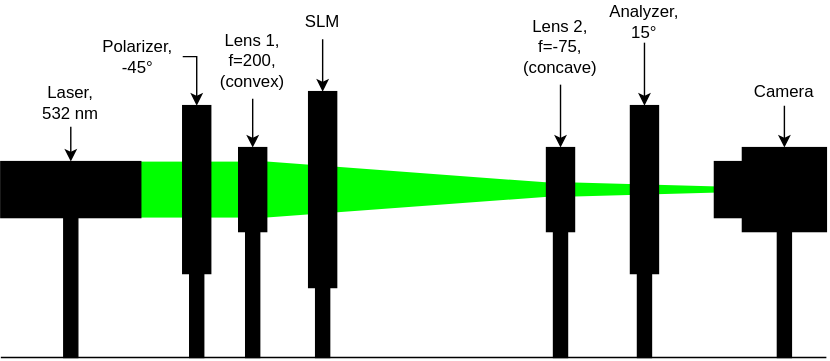
Before: documentation/images/setup_3.svg, a diagram exported from draw.io (nbaehler/mask-designer). Source tidied: cells renumbered, new cells last; positions are measured from the earlier drawing's top-left corner, leaving out a move shared by most shapes.
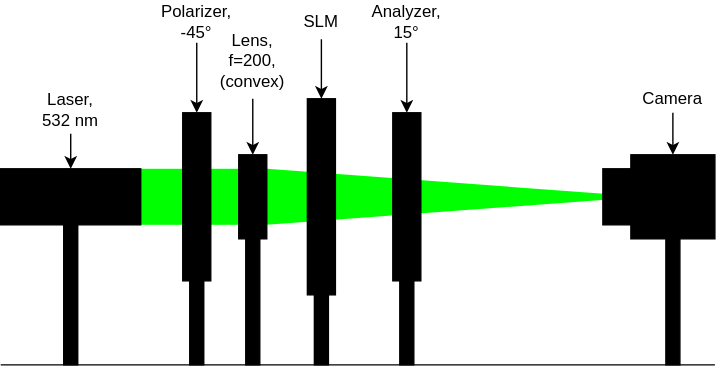
The same file after the commit.

The edit, as a diff of the source:
```diff
@@ -2,22 +2,19 @@
   <root>
     <mxCell id="0" />
     <mxCell id="1" parent="0" />
+    <mxCell id="4" style="rounded=0;whiteSpace=wrap;html=1;strokeColor=none;fillColor=#00FF00;" parent="1" vertex="1">
+      <mxGeometry x="150" y="115" width="20" height="40" as="geometry" />
+    </mxCell>
     <mxCell id="2" style="triangle;whiteSpace=wrap;html=1;fillColor=#00FF00;strokeColor=none;" parent="1" vertex="1">
       <mxGeometry x="190" y="115" width="270" height="40" as="geometry" />
     </mxCell>
     <mxCell id="3" style="rounded=0;whiteSpace=wrap;html=1;strokeColor=none;fillColor=#00FF00;" parent="1" vertex="1">
       <mxGeometry x="100" y="115" width="30" height="40" as="geometry" />
     </mxCell>
-    <mxCell id="4" style="rounded=0;whiteSpace=wrap;html=1;strokeColor=none;fillColor=#00FF00;" parent="1" vertex="1">
-      <mxGeometry x="150" y="115" width="20" height="40" as="geometry" />
-    </mxCell>
-    <mxCell id="5" style="triangle;whiteSpace=wrap;html=1;fillColor=#00FF00;strokeColor=none;" parent="1" vertex="1">
-      <mxGeometry x="410" y="130" width="180" height="10" as="geometry" />
-    </mxCell>
     <mxCell id="6" style="endArrow=none;html=1;rounded=0;" parent="1" edge="1">
       <mxGeometry relative="1" as="geometry">
         <mxPoint y="255" as="sourcePoint" />
-        <mxPoint x="590" y="255" as="targetPoint" />
+        <mxPoint x="510" y="255" as="targetPoint" />
       </mxGeometry>
     </mxCell>
     <mxCell id="7" style="rounded=0;whiteSpace=wrap;html=1;fillColor=#000000;" parent="1" vertex="1">
@@ -27,25 +24,22 @@
       <mxGeometry x="135" y="195" width="10" height="60" as="geometry" />
     </mxCell>
     <mxCell id="9" style="rounded=0;whiteSpace=wrap;html=1;fillColor=#000000;" parent="1" vertex="1">
-      <mxGeometry x="455" y="195" width="10" height="60" as="geometry" />
+      <mxGeometry x="285" y="195" width="10" height="60" as="geometry" />
     </mxCell>
     <mxCell id="10" style="rounded=0;whiteSpace=wrap;html=1;fillColor=#000000;" parent="1" vertex="1">
-      <mxGeometry x="225" y="205" width="10" height="50" as="geometry" />
+      <mxGeometry x="224" y="205" width="10" height="50" as="geometry" />
     </mxCell>
     <mxCell id="11" style="rounded=0;whiteSpace=wrap;html=1;fillColor=#000000;" parent="1" vertex="1">
-      <mxGeometry x="555" y="165" width="10" height="90" as="geometry" />
+      <mxGeometry x="475" y="165" width="10" height="90" as="geometry" />
     </mxCell>
     <mxCell id="12" style="rounded=0;whiteSpace=wrap;html=1;fillColor=#000000;" parent="1" vertex="1">
       <mxGeometry x="175" y="165" width="10" height="90" as="geometry" />
     </mxCell>
-    <mxCell id="13" style="rounded=0;whiteSpace=wrap;html=1;fillColor=#000000;" parent="1" vertex="1">
-      <mxGeometry x="395" y="165" width="10" height="90" as="geometry" />
-    </mxCell>
-    <mxCell id="14" style="edgeStyle=orthogonalEdgeStyle;rounded=0;jettySize=auto;html=1;exitX=1;exitY=0.5;exitDx=0;exitDy=0;entryX=0.5;entryY=0;entryDx=0;entryDy=0;" parent="1" edge="1" source="15" target="26">
+    <mxCell id="14" style="edgeStyle=none;html=1;" parent="1" edge="1" source="15" target="26">
       <mxGeometry relative="1" as="geometry" />
     </mxCell>
     <mxCell id="15" value="Polarizer,&lt;br&gt;-45°" style="text;html=1;strokeColor=none;fillColor=none;align=center;verticalAlign=middle;whiteSpace=wrap;rounded=0;" parent="1" vertex="1">
-      <mxGeometry x="66" y="25" width="64" height="30" as="geometry" />
+      <mxGeometry x="108" y="-5" width="64" height="30" as="geometry" />
     </mxCell>
     <mxCell id="16" style="edgeStyle=orthogonalEdgeStyle;rounded=0;jettySize=auto;html=1;exitX=0.5;exitY=1;exitDx=0;exitDy=0;entryX=0.5;entryY=0;entryDx=0;entryDy=0;" parent="1" edge="1" source="17" target="32">
       <mxGeometry relative="1" as="geometry" />
@@ -53,47 +47,41 @@
     <mxCell id="17" value="&lt;div&gt;Laser,&lt;/div&gt;&lt;div&gt;532 nm&lt;/div&gt;" style="text;html=1;strokeColor=none;fillColor=none;align=center;verticalAlign=middle;whiteSpace=wrap;rounded=0;" parent="1" vertex="1">
       <mxGeometry x="20" y="55" width="60" height="35" as="geometry" />
     </mxCell>
-    <mxCell id="18" style="edgeStyle=orthogonalEdgeStyle;rounded=0;jettySize=auto;html=1;exitX=0.5;exitY=1;exitDx=0;exitDy=0;" parent="1" edge="1" source="19" target="28">
+    <mxCell id="18" style="edgeStyle=none;html=1;exitX=0.5;exitY=1;exitDx=0;exitDy=0;entryX=0.5;entryY=0;entryDx=0;entryDy=0;" parent="1" edge="1" source="19" target="28">
       <mxGeometry relative="1" as="geometry" />
     </mxCell>
     <mxCell id="19" value="SLM" style="text;html=1;strokeColor=none;fillColor=none;align=center;verticalAlign=middle;whiteSpace=wrap;rounded=0;" parent="1" vertex="1">
-      <mxGeometry x="200" y="2.5" width="60" height="25" as="geometry" />
+      <mxGeometry x="199" y="-2.5" width="60" height="25" as="geometry" />
     </mxCell>
     <mxCell id="20" style="edgeStyle=orthogonalEdgeStyle;rounded=0;jettySize=auto;html=1;exitX=0.5;exitY=1;exitDx=0;exitDy=0;" parent="1" edge="1" source="21" target="29">
       <mxGeometry relative="1" as="geometry" />
     </mxCell>
-    <mxCell id="21" value="&lt;div&gt;Lens 1,&lt;/div&gt;&lt;div&gt;f=200,&lt;br&gt;&lt;/div&gt;&lt;div&gt;(convex)&lt;br&gt;&lt;/div&gt;" style="text;html=1;strokeColor=none;fillColor=none;align=center;verticalAlign=middle;whiteSpace=wrap;rounded=0;" parent="1" vertex="1">
-      <mxGeometry x="150" y="15" width="60" height="55" as="geometry" />
+    <mxCell id="21" value="&lt;div&gt;Lens,&lt;/div&gt;&lt;div&gt;f=200,&lt;br&gt;&lt;/div&gt;&lt;div&gt;(convex)&lt;br&gt;&lt;/div&gt;" style="text;html=1;strokeColor=none;fillColor=none;align=center;verticalAlign=middle;whiteSpace=wrap;rounded=0;" parent="1" vertex="1">
+      <mxGeometry x="150" y="10" width="60" height="55" as="geometry" />
     </mxCell>
     <mxCell id="22" style="edgeStyle=none;html=1;" parent="1" edge="1" source="23" target="27">
       <mxGeometry relative="1" as="geometry" />
     </mxCell>
     <mxCell id="23" value="Analyzer,&lt;br&gt;15°" style="text;html=1;strokeColor=none;fillColor=none;align=center;verticalAlign=middle;whiteSpace=wrap;rounded=0;" parent="1" vertex="1">
-      <mxGeometry x="428" width="64" height="30" as="geometry" />
+      <mxGeometry x="258" y="-5" width="64" height="30" as="geometry" />
     </mxCell>
-    <mxCell id="24" style="edgeStyle=orthogonalEdgeStyle;rounded=0;jettySize=auto;html=1;exitX=0.5;exitY=1;exitDx=0;exitDy=0;entryX=0.5;entryY=0;entryDx=0;entryDy=0;" parent="1" edge="1" source="25" target="35">
-      <mxGeometry relative="1" as="geometry" />
-    </mxCell>
-    <mxCell id="25" value="&lt;div&gt;Lens 2,&lt;/div&gt;&lt;div&gt;f=-75,&lt;br&gt;&lt;/div&gt;&lt;div&gt;(concave)&lt;/div&gt;" style="text;html=1;strokeColor=none;fillColor=none;align=center;verticalAlign=middle;whiteSpace=wrap;rounded=0;" parent="1" vertex="1">
-      <mxGeometry x="370" y="5" width="60" height="55" as="geometry" />
-    </mxCell>
     <mxCell id="26" style="rounded=0;whiteSpace=wrap;html=1;fillColor=#000000;" parent="1" vertex="1">
       <mxGeometry x="130" y="75" width="20" height="120" as="geometry" />
     </mxCell>
     <mxCell id="27" style="rounded=0;whiteSpace=wrap;html=1;fillColor=#000000;" parent="1" vertex="1">
-      <mxGeometry x="450" y="75" width="20" height="120" as="geometry" />
+      <mxGeometry x="280" y="75" width="20" height="120" as="geometry" />
     </mxCell>
     <mxCell id="28" style="rounded=0;whiteSpace=wrap;html=1;fillColor=#000000;" parent="1" vertex="1">
-      <mxGeometry x="220" y="65" width="20" height="140" as="geometry" />
+      <mxGeometry x="219" y="65" width="20" height="140" as="geometry" />
     </mxCell>
     <mxCell id="29" style="rounded=0;whiteSpace=wrap;html=1;fillColor=#000000;" parent="1" vertex="1">
       <mxGeometry x="170" y="105" width="20" height="60" as="geometry" />
     </mxCell>
     <mxCell id="30" style="rounded=0;whiteSpace=wrap;html=1;fillColor=#000000;" parent="1" vertex="1">
-      <mxGeometry x="510" y="115" width="20" height="40" as="geometry" />
+      <mxGeometry x="430" y="115" width="20" height="40" as="geometry" />
     </mxCell>
     <mxCell id="31" style="rounded=0;whiteSpace=wrap;html=1;fillColor=#000000;" parent="1" vertex="1">
-      <mxGeometry x="530" y="105" width="60" height="60" as="geometry" />
+      <mxGeometry x="450" y="105" width="60" height="60" as="geometry" />
     </mxCell>
     <mxCell id="32" style="rounded=0;whiteSpace=wrap;html=1;fillColor=#000000;" parent="1" vertex="1">
       <mxGeometry y="115" width="100" height="40" as="geometry" />
@@ -102,10 +90,7 @@
       <mxGeometry relative="1" as="geometry" />
     </mxCell>
     <mxCell id="34" value="Camera" style="text;html=1;strokeColor=none;fillColor=none;align=center;verticalAlign=middle;whiteSpace=wrap;rounded=0;" parent="1" vertex="1">
-      <mxGeometry x="530" y="55" width="60" height="20" as="geometry" />
+      <mxGeometry x="450" y="55" width="60" height="20" as="geometry" />
     </mxCell>
-    <mxCell id="35" style="rounded=0;whiteSpace=wrap;html=1;fillColor=#000000;fillOpacity=100;" parent="1" vertex="1">
-      <mxGeometry x="390" y="105" width="20" height="60" as="geometry" />
-    </mxCell>
   </root>
 </mxGraphModel>
```
